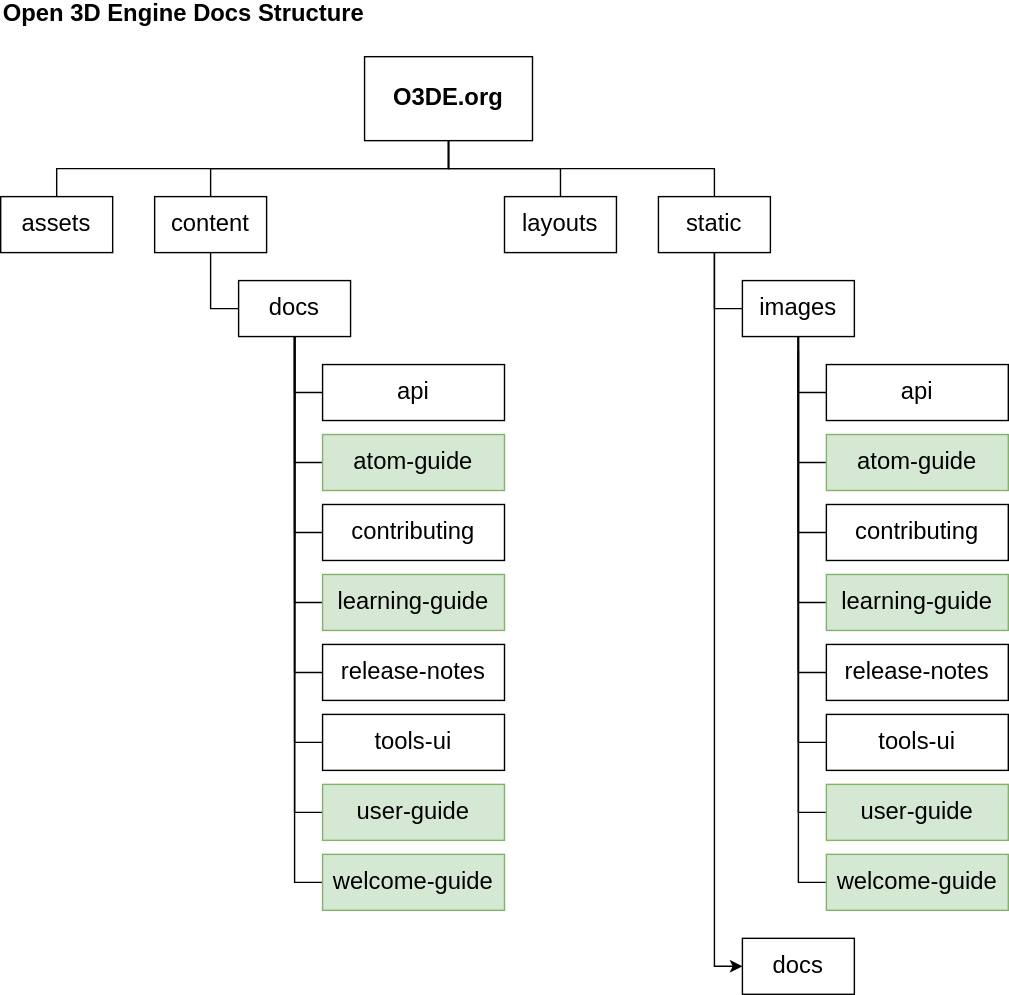
Before: static/images/contributing/to-docs/o3de-directory-structure.svg, a diagram exported from draw.io (o3de/o3de.org). Source tidied: cells renumbered, new cells last; positions are measured from the earlier drawing's top-left corner, leaving out a move shared by most shapes.
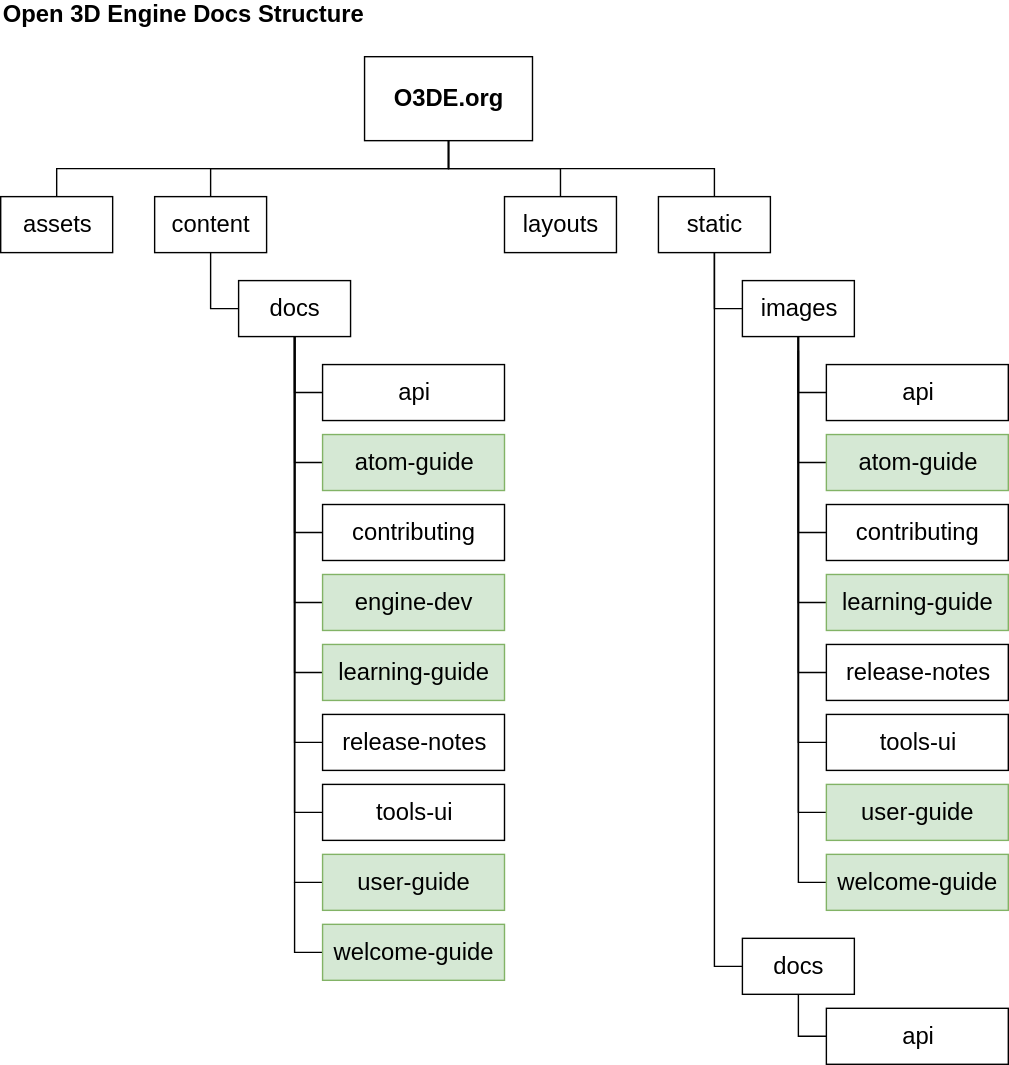
The same diagram one commit later.

Commit message:
Add engine dev guide info to O3DE docs structure description and diagram

What changed in the source:
```diff
@@ -32,7 +32,7 @@
     <mxCell id="11" value="layouts" style="rounded=0;whiteSpace=wrap;html=1;fontFamily=Helvetica;fontSize=17;" parent="1" vertex="1">
       <mxGeometry x="360" y="140" width="80" height="40" as="geometry" />
     </mxCell>
-    <mxCell id="12" style="edgeStyle=orthogonalEdgeStyle;rounded=0;jettySize=auto;html=1;exitX=0.5;exitY=1;exitDx=0;exitDy=0;entryX=0;entryY=0.5;entryDx=0;entryDy=0;" parent="1" edge="1" source="13" target="49">
+    <mxCell id="12" style="edgeStyle=orthogonalEdgeStyle;rounded=0;jettySize=auto;html=1;exitX=0.5;exitY=1;exitDx=0;exitDy=0;entryX=0;entryY=0.5;entryDx=0;entryDy=0;endArrow=none;endFill=0;" parent="1" edge="1" source="13" target="49">
       <mxGeometry relative="1" as="geometry" />
     </mxCell>
     <mxCell id="13" value="static" style="rounded=0;whiteSpace=wrap;html=1;fontFamily=Helvetica;fontSize=17;" parent="1" vertex="1">
@@ -57,33 +57,38 @@
       <mxGeometry x="230" y="360" width="130" height="40" as="geometry" />
     </mxCell>
     <mxCell id="20" value="learning-guide" style="rounded=0;whiteSpace=wrap;html=1;fontFamily=Helvetica;fontSize=17;fillColor=#d5e8d4;strokeColor=#82b366;" parent="1" vertex="1">
-      <mxGeometry x="230" y="410" width="130" height="40" as="geometry" />
+      <mxGeometry x="230" y="460" width="130" height="40" as="geometry" />
     </mxCell>
     <mxCell id="21" style="edgeStyle=orthogonalEdgeStyle;rounded=0;jettySize=auto;html=1;exitX=0;exitY=0.5;exitDx=0;exitDy=0;entryX=0.5;entryY=1;entryDx=0;entryDy=0;fontFamily=Helvetica;fontSize=17;startArrow=none;startFill=0;endArrow=none;endFill=0;strokeColor=#000000;" parent="1" edge="1" source="22" target="16">
       <mxGeometry relative="1" as="geometry" />
     </mxCell>
     <mxCell id="22" value="release-notes" style="rounded=0;whiteSpace=wrap;html=1;fontFamily=Helvetica;fontSize=17;" parent="1" vertex="1">
-      <mxGeometry x="230" y="460" width="130" height="40" as="geometry" />
+      <mxGeometry x="230" y="510" width="130" height="40" as="geometry" />
     </mxCell>
     <mxCell id="23" style="edgeStyle=orthogonalEdgeStyle;rounded=0;jettySize=auto;html=1;exitX=0;exitY=0.5;exitDx=0;exitDy=0;entryX=0.5;entryY=1;entryDx=0;entryDy=0;fontFamily=Helvetica;fontSize=17;startArrow=none;startFill=0;endArrow=none;endFill=0;strokeColor=#000000;" parent="1" edge="1" source="24" target="16">
       <mxGeometry relative="1" as="geometry" />
     </mxCell>
     <mxCell id="24" value="tools-ui" style="rounded=0;whiteSpace=wrap;html=1;fontFamily=Helvetica;fontSize=17;" parent="1" vertex="1">
-      <mxGeometry x="230" y="510" width="130" height="40" as="geometry" />
+      <mxGeometry x="230" y="560" width="130" height="40" as="geometry" />
     </mxCell>
     <mxCell id="25" style="edgeStyle=orthogonalEdgeStyle;rounded=0;jettySize=auto;html=1;exitX=0;exitY=0.5;exitDx=0;exitDy=0;entryX=0.5;entryY=1;entryDx=0;entryDy=0;fontFamily=Helvetica;fontSize=17;startArrow=none;startFill=0;endArrow=none;endFill=0;strokeColor=#000000;" parent="1" edge="1" source="26" target="16">
       <mxGeometry relative="1" as="geometry" />
     </mxCell>
     <mxCell id="26" value="user-guide" style="rounded=0;whiteSpace=wrap;html=1;fontFamily=Helvetica;fontSize=17;fillColor=#d5e8d4;strokeColor=#82b366;" parent="1" vertex="1">
-      <mxGeometry x="230" y="560" width="130" height="40" as="geometry" />
+      <mxGeometry x="230" y="610" width="130" height="40" as="geometry" />
     </mxCell>
-    <mxCell id="27" style="edgeStyle=orthogonalEdgeStyle;rounded=0;jettySize=auto;html=1;fontFamily=Helvetica;fontSize=17;startArrow=none;startFill=0;endArrow=none;endFill=0;strokeColor=#000000;" parent="1" edge="1" source="28">
+    <mxCell id="27" style="edgeStyle=orthogonalEdgeStyle;rounded=0;jettySize=auto;html=1;fontFamily=Helvetica;fontSize=17;startArrow=none;startFill=0;endArrow=none;endFill=0;strokeColor=#000000;" parent="1" edge="1" source="51">
       <mxGeometry relative="1" as="geometry">
         <mxPoint x="210" y="240" as="targetPoint" />
       </mxGeometry>
     </mxCell>
+    <mxCell id="50" style="edgeStyle=orthogonalEdgeStyle;rounded=0;html=1;exitX=0;exitY=0.5;exitDx=0;exitDy=0;jettySize=auto;strokeColor=#000000;endArrow=none;endFill=0;" parent="1" edge="1" source="28">
+      <mxGeometry relative="1" as="geometry">
+        <mxPoint x="210" y="630" as="targetPoint" />
+      </mxGeometry>
+    </mxCell>
     <mxCell id="28" value="welcome-guide" style="rounded=0;whiteSpace=wrap;html=1;fontFamily=Helvetica;fontSize=17;fillColor=#d5e8d4;strokeColor=#82b366;" parent="1" vertex="1">
-      <mxGeometry x="230" y="610" width="130" height="40" as="geometry" />
+      <mxGeometry x="230" y="660" width="130" height="40" as="geometry" />
     </mxCell>
     <mxCell id="29" style="edgeStyle=orthogonalEdgeStyle;rounded=0;jettySize=auto;html=1;exitX=0;exitY=0.5;exitDx=0;exitDy=0;entryX=0.5;entryY=1;entryDx=0;entryDy=0;fontFamily=Helvetica;fontSize=17;startArrow=none;startFill=0;endArrow=none;endFill=0;strokeColor=#000000;" parent="1" edge="1" source="30" target="16">
       <mxGeometry relative="1" as="geometry" />
@@ -156,5 +161,18 @@
     <mxCell id="49" value="docs" style="rounded=0;whiteSpace=wrap;html=1;fontFamily=Helvetica;fontSize=17;" parent="1" vertex="1">
       <mxGeometry x="530" y="670" width="80" height="40" as="geometry" />
     </mxCell>
+    <mxCell id="51" value="engine-dev" style="rounded=0;whiteSpace=wrap;html=1;fontFamily=Helvetica;fontSize=17;fillColor=#d5e8d4;strokeColor=#82b366;" parent="1" vertex="1">
+      <mxGeometry x="230" y="410" width="130" height="40" as="geometry" />
+    </mxCell>
+    <mxCell id="52" style="edgeStyle=orthogonalEdgeStyle;rounded=0;html=1;endArrow=none;endFill=0;jettySize=auto;strokeColor=#000000;entryX=0.5;entryY=1;entryDx=0;entryDy=0;" parent="1" edge="1" source="53" target="49">
+      <mxGeometry relative="1" as="geometry">
+        <Array as="points">
+          <mxPoint x="570" y="740" />
+        </Array>
+      </mxGeometry>
+    </mxCell>
+    <mxCell id="53" value="api" style="rounded=0;whiteSpace=wrap;html=1;fontFamily=Helvetica;fontSize=17;" parent="1" vertex="1">
+      <mxGeometry x="590" y="720" width="130" height="40" as="geometry" />
+    </mxCell>
   </root>
 </mxGraphModel>
```
